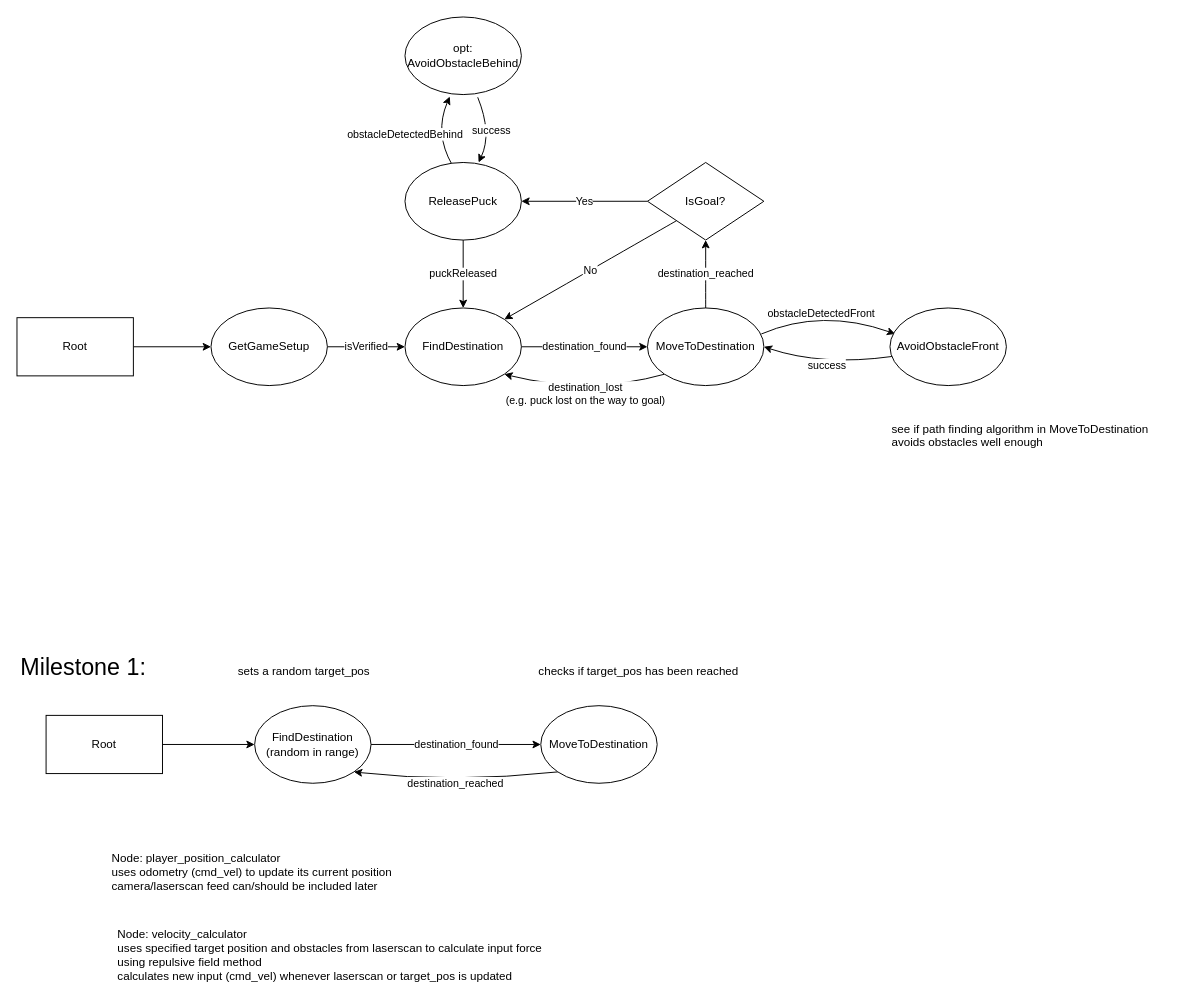
Above: doc/images/robot_sm.drawio in florianpfleiderer/ARHS (draw.io), before the change. Source tidied: cells renumbered, new cells numbered last; positions are measured from the earlier drawing's top-left corner, leaving out a move shared by most shapes. Both pictures are drawn from the tidied source at 97%, with x=0, y=0 at pixel (16, 16).
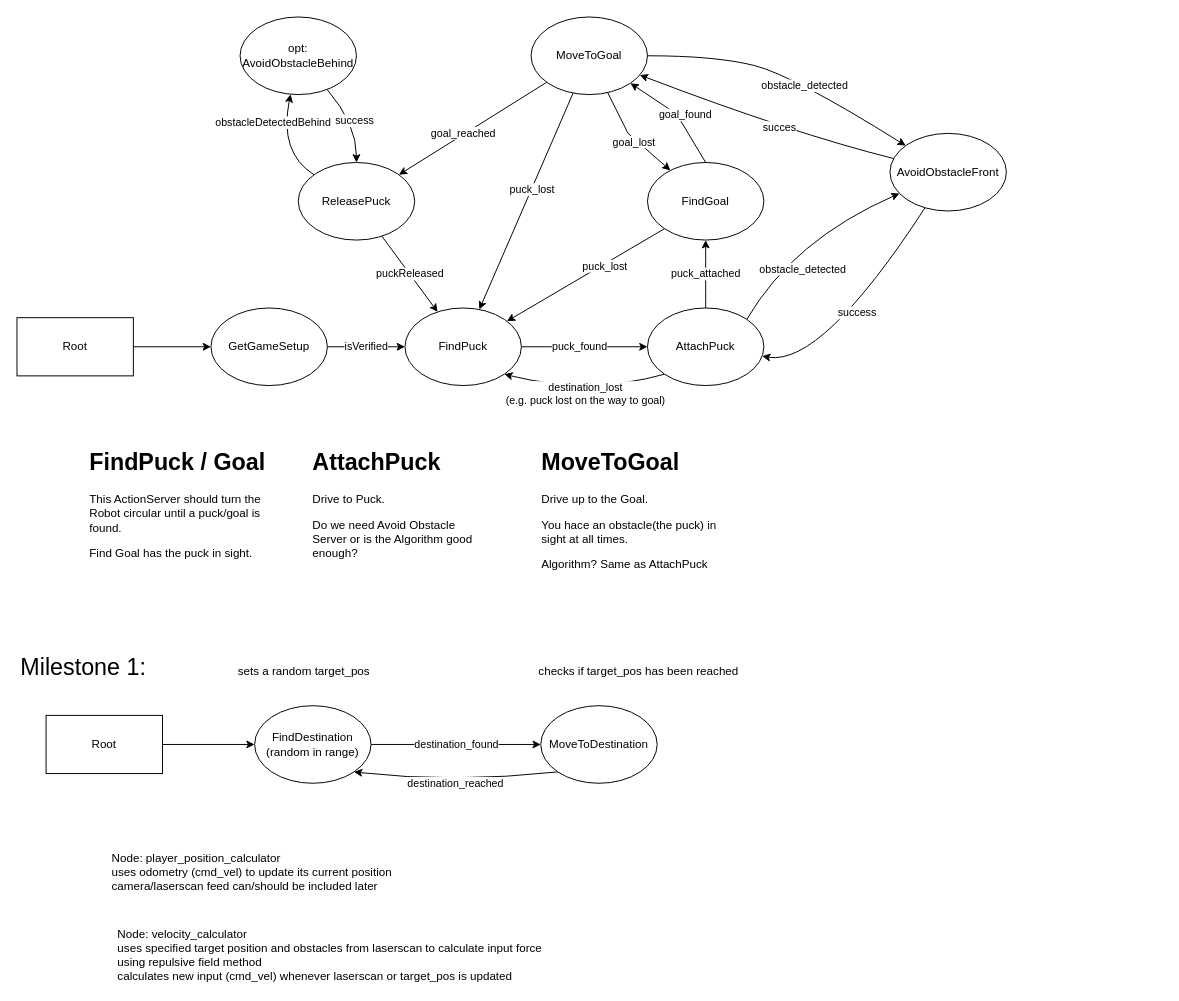
The same diagram, later.

The edit, as a diff of the source:
```diff
@@
-    <mxCell id="6" value="destination_found" style="jettySize=auto;html=1;verticalAlign=middle;horizontal=1;labelPosition=center;verticalLabelPosition=middle;align=center;rounded=0;" parent="1" edge="1" source="7" target="17">
-      <mxGeometry relative="1" as="geometry" />
+    <mxCell id="6" value="&lt;div&gt;puck_found&lt;/div&gt;" style="jettySize=auto;html=1;verticalAlign=middle;horizontal=1;labelPosition=center;verticalLabelPosition=middle;align=center;rounded=0;" parent="1" edge="1" source="7" target="17">
+      <mxGeometry x="-0.08" relative="1" as="geometry" />
     </mxCell>
-    <mxCell id="7" value="FindDestination" style="ellipse;whiteSpace=wrap;html=1;" parent="1" vertex="1">
+    <mxCell id="7" value="FindPuck" style="ellipse;whiteSpace=wrap;html=1;" parent="1" vertex="1">
       <mxGeometry x="400" y="300" width="120" height="80" as="geometry" />
     </mxCell>
-    <mxCell id="8" value="Yes" style="jettySize=auto;html=1;entryX=1;entryY=0.5;entryDx=0;entryDy=0;verticalAlign=middle;rounded=0;exitX=0;exitY=0.5;exitDx=0;exitDy=0;" parent="1" edge="1" source="19" target="11">
-      <mxGeometry relative="1" as="geometry" />
-    </mxCell>
-    <mxCell id="9" value="puckReleased" style="rounded=0;jettySize=auto;html=1;exitX=0.5;exitY=1;exitDx=0;exitDy=0;entryX=0.5;entryY=0;entryDx=0;entryDy=0;" parent="1" edge="1" source="11" target="7">
+    <mxCell id="9" value="puckReleased" style="rounded=0;jettySize=auto;html=1;" parent="1" edge="1" source="11" target="7">
       <mxGeometry relative="1" as="geometry" />
     </mxCell>
-    <mxCell id="10" value="obstacleDetectedBehind" style="edgeStyle=none;curved=1;jettySize=auto;html=1;entryX=0.385;entryY=1.025;entryDx=0;entryDy=0;entryPerimeter=0;exitX=0.405;exitY=0.03;exitDx=0;exitDy=0;exitPerimeter=0;" parent="1" edge="1" source="11" target="13">
-      <mxGeometry x="-0.05" y="30" relative="1" as="geometry">
+    <mxCell id="10" value="obstacleDetectedBehind" style="edgeStyle=none;curved=1;jettySize=auto;html=1;" parent="1" edge="1" source="11" target="13">
+      <mxGeometry x="0.38" y="12" relative="1" as="geometry">
         <Array as="points">
-          <mxPoint x="430" y="120" />
+          <mxPoint x="270" y="140" />
         </Array>
-        <mxPoint x="-2" y="12" as="offset" />
       </mxGeometry>
     </mxCell>
     <mxCell id="11" value="ReleasePuck" style="ellipse;whiteSpace=wrap;html=1;" parent="1" vertex="1">
-      <mxGeometry x="400" y="150" width="120" height="80" as="geometry" />
+      <mxGeometry x="290" y="150" width="120" height="80" as="geometry" />
     </mxCell>
-    <mxCell id="12" value="success" style="edgeStyle=none;curved=1;jettySize=auto;html=1;exitX=0.625;exitY=1.035;exitDx=0;exitDy=0;entryX=0.632;entryY=0;entryDx=0;entryDy=0;entryPerimeter=0;exitPerimeter=0;" parent="1" edge="1" source="13" target="11">
+    <mxCell id="12" value="success" style="edgeStyle=none;curved=1;jettySize=auto;html=1;" parent="1" edge="1" source="13" target="11">
       <mxGeometry relative="1" as="geometry">
         <Array as="points">
-          <mxPoint x="490" y="120" />
+          <mxPoint x="350" y="110" />
         </Array>
       </mxGeometry>
     </mxCell>
     <mxCell id="13" value="opt: AvoidObstacleBehind" style="ellipse;whiteSpace=wrap;html=1;" parent="1" vertex="1">
-      <mxGeometry x="400" width="120" height="80" as="geometry" />
+      <mxGeometry x="230" width="120" height="80" as="geometry" />
     </mxCell>
-    <mxCell id="14" value="obstacleDetectedFront" style="edgeStyle=none;jettySize=auto;html=1;curved=1;entryX=0.045;entryY=0.335;entryDx=0;entryDy=0;entryPerimeter=0;exitX=0.978;exitY=0.335;exitDx=0;exitDy=0;exitPerimeter=0;" parent="1" edge="1" source="17" target="21">
-      <mxGeometry x="-0.07" y="-6" relative="1" as="geometry">
+    <mxCell id="14" value="obstacle_detected" style="edgeStyle=none;jettySize=auto;html=1;curved=1;exitX=1;exitY=0;exitDx=0;exitDy=0;" parent="1" edge="1" source="17" target="21">
+      <mxGeometry x="-0.31" y="-24" relative="1" as="geometry">
         <Array as="points">
-          <mxPoint x="830" y="300" />
+          <mxPoint x="800" y="230" />
         </Array>
       </mxGeometry>
     </mxCell>
-    <mxCell id="15" value="destination_reached" style="edgeStyle=none;curved=1;jettySize=auto;html=1;" parent="1" edge="1" source="17" target="19">
+    <mxCell id="15" value="puck_attached" style="edgeStyle=none;curved=1;jettySize=auto;html=1;entryX=0.5;entryY=1;entryDx=0;entryDy=0;" parent="1" edge="1" source="17" target="34">
       <mxGeometry relative="1" as="geometry" />
     </mxCell>
@@
-    <mxCell id="17" value="MoveToDestination" style="ellipse;whiteSpace=wrap;html=1;" parent="1" vertex="1">
+    <mxCell id="17" value="AttachPuck" style="ellipse;whiteSpace=wrap;html=1;" parent="1" vertex="1">
       <mxGeometry x="650" y="300" width="120" height="80" as="geometry" />
     </mxCell>
-    <mxCell id="18" value="No" style="edgeStyle=none;curved=1;jettySize=auto;html=1;exitX=0;exitY=1;exitDx=0;exitDy=0;entryX=1;entryY=0;entryDx=0;entryDy=0;" parent="1" edge="1" source="19" target="7">
-      <mxGeometry relative="1" as="geometry" />
-    </mxCell>
-    <mxCell id="19" value="IsGoal?" style="rhombus;whiteSpace=wrap;html=1;" parent="1" vertex="1">
-      <mxGeometry x="650" y="150" width="120" height="80" as="geometry" />
-    </mxCell>
-    <mxCell id="20" value="&lt;div&gt;success&lt;/div&gt;" style="edgeStyle=none;curved=1;jettySize=auto;html=1;exitX=0.018;exitY=0.625;exitDx=0;exitDy=0;entryX=1;entryY=0.5;entryDx=0;entryDy=0;exitPerimeter=0;" parent="1" edge="1" source="21" target="17">
+    <mxCell id="20" value="&lt;div&gt;success&lt;/div&gt;" style="edgeStyle=none;curved=1;jettySize=auto;html=1;" parent="1" edge="1" source="21" target="17">
       <mxGeometry relative="1" as="geometry">
         <Array as="points">
           <mxPoint x="830" y="360" />
         </Array>
       </mxGeometry>
     </mxCell>
     <mxCell id="21" value="AvoidObstacleFront" style="ellipse;whiteSpace=wrap;html=1;" parent="1" vertex="1">
-      <mxGeometry x="900" y="300" width="120" height="80" as="geometry" />
+      <mxGeometry x="900" y="120" width="120" height="80" as="geometry" />
     </mxCell>
-    <mxCell id="22" value="&lt;div&gt;see if path finding algorithm in MoveToDestination&lt;/div&gt;&lt;div&gt;avoids obstacles well enough&lt;br&gt;&lt;/div&gt;" style="text;html=1;align=left;verticalAlign=top;spacingTop=-4;" parent="1" vertex="1">
-      <mxGeometry x="900" y="415" width="280" height="30" as="geometry" />
-    </mxCell>
@@
+    <mxCell id="34" value="FindGoal" style="ellipse;whiteSpace=wrap;html=1;" parent="1" vertex="1">
+      <mxGeometry x="650" y="150" width="120" height="80" as="geometry" />
+    </mxCell>
+    <mxCell id="35" style="endArrow=classic;html=1;rounded=0;exitX=0;exitY=1;exitDx=0;exitDy=0;" parent="1" edge="1" source="34" target="7">
+      <mxGeometry relative="1" as="geometry" />
+    </mxCell>
+    <mxCell id="36" value="puck_lost" style="edgeLabel;html=1;align=center;verticalAlign=middle;" parent="35" vertex="1">
+      <mxGeometry x="-0.23" y="2" relative="1" as="geometry" />
+    </mxCell>
+    <mxCell id="37" value="MoveToGoal" style="ellipse;whiteSpace=wrap;html=1;" parent="1" vertex="1">
+      <mxGeometry x="530" width="120" height="80" as="geometry" />
+    </mxCell>
+    <mxCell id="38" style="endArrow=classic;html=1;rounded=0;exitX=0.5;exitY=0;exitDx=0;exitDy=0;entryX=1;entryY=1;entryDx=0;entryDy=0;" parent="1" edge="1" source="34" target="37">
+      <mxGeometry relative="1" as="geometry">
+        <Array as="points">
+          <mxPoint x="680" y="100" />
+        </Array>
+      </mxGeometry>
+    </mxCell>
+    <mxCell id="39" value="&lt;div&gt;goal_found&lt;/div&gt;" style="edgeLabel;html=1;align=center;verticalAlign=middle;" parent="38" vertex="1">
+      <mxGeometry x="-0.22" y="-2" relative="1" as="geometry">
+        <mxPoint y="-10" as="offset" />
+      </mxGeometry>
+    </mxCell>
+    <mxCell id="40" style="endArrow=classic;html=1;rounded=0;" parent="1" edge="1" source="37" target="7">
+      <mxGeometry relative="1" as="geometry" />
+    </mxCell>
+    <mxCell id="41" value="&lt;div&gt;puck_lost&lt;/div&gt;" style="edgeLabel;html=1;align=center;verticalAlign=middle;" parent="40" vertex="1">
+      <mxGeometry x="-0.11" relative="1" as="geometry" />
+    </mxCell>
+    <mxCell id="42" style="endArrow=classic;html=1;rounded=0;" parent="1" edge="1" source="37" target="11">
+      <mxGeometry relative="1" as="geometry" />
+    </mxCell>
+    <mxCell id="43" value="&lt;div&gt;goal_reached&lt;/div&gt;" style="edgeLabel;html=1;align=center;verticalAlign=middle;" parent="42" vertex="1">
+      <mxGeometry x="-0.41" y="3" relative="1" as="geometry">
+        <mxPoint x="-43" y="22" as="offset" />
+      </mxGeometry>
+    </mxCell>
+    <mxCell id="44" style="endArrow=classic;html=1;rounded=0;" parent="1" edge="1" source="37" target="34">
+      <mxGeometry relative="1" as="geometry">
+        <Array as="points">
+          <mxPoint x="630" y="120" />
+        </Array>
+      </mxGeometry>
+    </mxCell>
+    <mxCell id="45" value="&lt;div&gt;goal_lost&lt;/div&gt;" style="edgeLabel;html=1;align=center;verticalAlign=middle;" parent="44" vertex="1">
+      <mxGeometry x="0.09" y="-3" relative="1" as="geometry" />
+    </mxCell>
+    <mxCell id="46" style="curved=1;endArrow=classic;html=1;rounded=0;" parent="1" edge="1" source="37" target="21">
+      <mxGeometry relative="1" as="geometry">
+        <Array as="points">
+          <mxPoint x="720" y="40" />
+          <mxPoint x="800" y="60" />
+        </Array>
+      </mxGeometry>
+    </mxCell>
+    <mxCell id="47" value="obstacle_detected" style="edgeLabel;html=1;align=center;verticalAlign=middle;" parent="46" vertex="1">
+      <mxGeometry x="0.16" y="-3" relative="1" as="geometry" />
+    </mxCell>
+    <mxCell id="48" style="curved=1;endArrow=classic;html=1;rounded=0;" parent="1" edge="1" source="21" target="37">
+      <mxGeometry relative="1" as="geometry">
+        <Array as="points">
+          <mxPoint x="800" y="120" />
+        </Array>
+      </mxGeometry>
+    </mxCell>
+    <mxCell id="49" value="&lt;div&gt;succes&lt;/div&gt;" style="edgeLabel;html=1;align=center;verticalAlign=middle;" parent="48" vertex="1">
+      <mxGeometry x="-0.1" y="-1" relative="1" as="geometry">
+        <mxPoint x="1" as="offset" />
+      </mxGeometry>
+    </mxCell>
+    <mxCell id="50" value="&lt;h1&gt;FindPuck / Goal&lt;br&gt;&lt;/h1&gt;&lt;p&gt;This ActionServer should turn the Robot circular until a puck/goal is found.&lt;/p&gt;&lt;p&gt;Find Goal has the puck in sight.&lt;br&gt;&lt;/p&gt;" style="text;html=1;strokeColor=none;fillColor=none;spacing=5;spacingTop=-20;whiteSpace=wrap;overflow=hidden;rounded=0;" parent="1" vertex="1">
+      <mxGeometry x="70" y="440" width="190" height="120" as="geometry" />
+    </mxCell>
+    <mxCell id="51" value="&lt;h1&gt;AttachPuck&lt;/h1&gt;&lt;p&gt;Drive to Puck.&lt;/p&gt;&lt;p&gt;Do we need Avoid Obstacle Server or is the Algorithm good enough?&lt;br&gt;&lt;/p&gt;" style="text;html=1;strokeColor=none;fillColor=none;spacing=5;spacingTop=-20;whiteSpace=wrap;overflow=hidden;rounded=0;" parent="1" vertex="1">
+      <mxGeometry x="300" y="440" width="190" height="120" as="geometry" />
+    </mxCell>
+    <mxCell id="52" value="&lt;h1&gt;MoveToGoal&lt;/h1&gt;&lt;p&gt;Drive up to the Goal.&lt;/p&gt;&lt;p&gt;You hace an obstacle(the puck) in sight at all times.&lt;/p&gt;&lt;p&gt;Algorithm? Same as AttachPuck&lt;br&gt;&lt;/p&gt;" style="text;html=1;strokeColor=none;fillColor=none;spacing=5;spacingTop=-20;whiteSpace=wrap;overflow=hidden;rounded=0;" parent="1" vertex="1">
+      <mxGeometry x="536" y="440" width="190" height="140" as="geometry" />
+    </mxCell>
```
